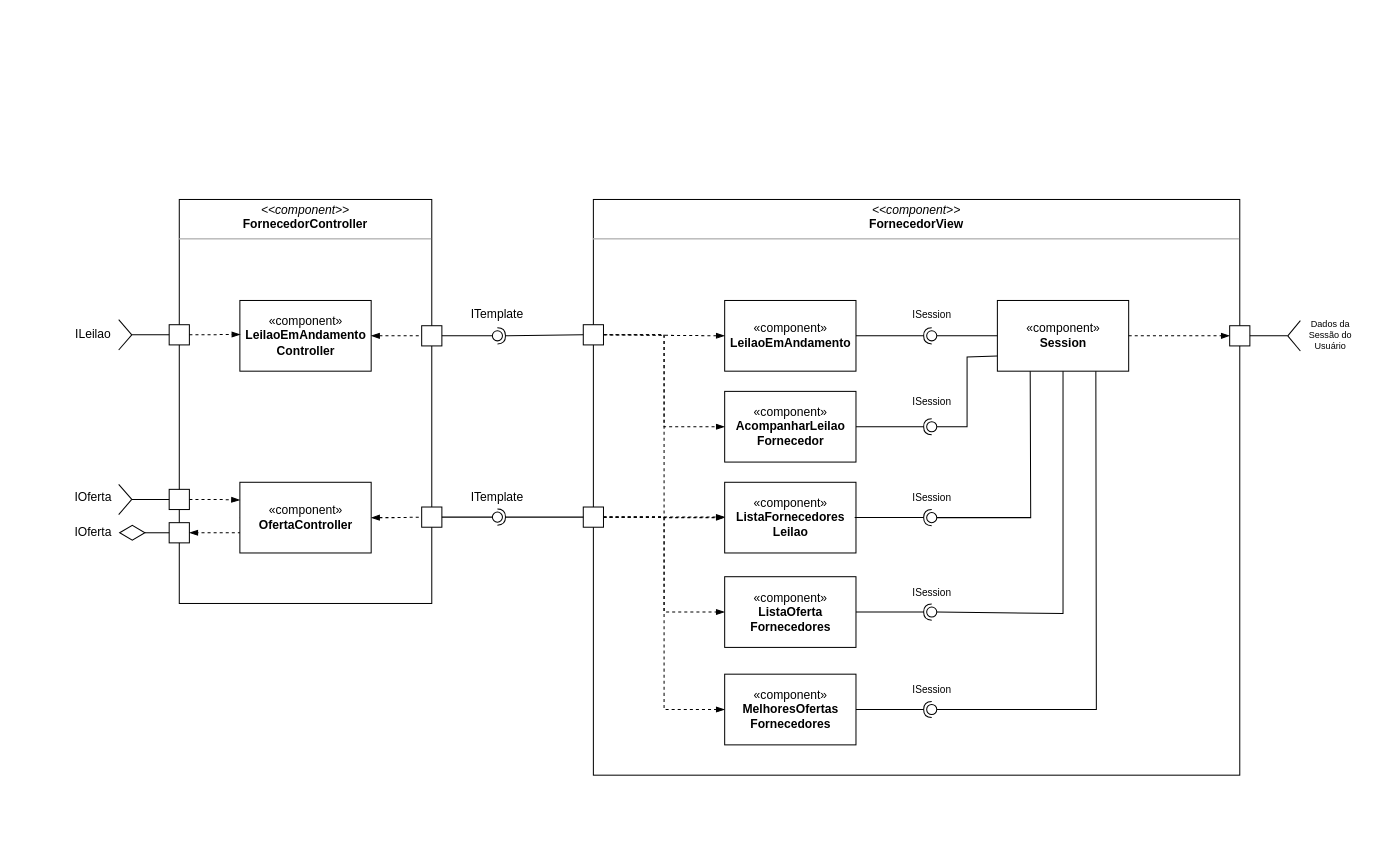
This is Projeto Final/resources/diagrama-n2.drawio from eNove/unicamp-engsoft-2020-inf331, a draw.io file, before an edit. Source tidied: cells renumbered, new cells numbered last; positions are measured from the earlier drawing's top-left corner, leaving out a move shared by most shapes. Both pictures are drawn from the tidied source at 101%, with x=0, y=0 at pixel (68, 199).
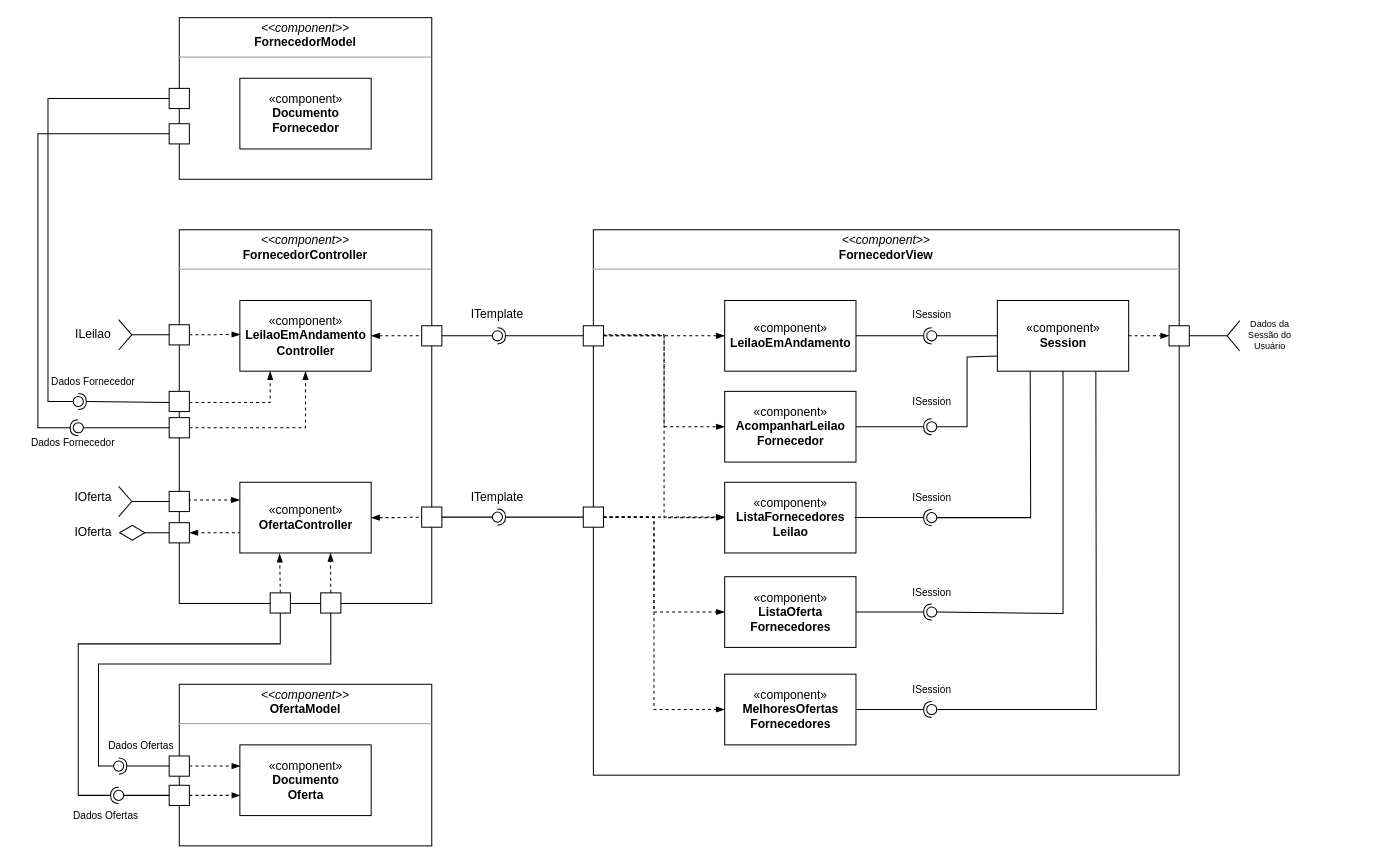
Above is the later version.

Commit message (it also covers changes not shown here):
Diagrama subcomponentes - add model - DONE!

The change refers to these unchanged cells:
```xml
<mxCell id="6" value="«component»&lt;br&gt;&lt;b&gt;LeilaoEmAndamento&lt;br&gt;Controller&lt;br&gt;&lt;/b&gt;" style="html=1;" parent="1" vertex="1">
  <mxGeometry x="170" y="100" width="130" height="70" as="geometry" />
</mxCell>
<mxCell id="44" value="«component»&lt;br&gt;&lt;b&gt;OfertaController&lt;/b&gt;" style="html=1;" parent="1" vertex="1">
  <mxGeometry x="170" y="280" width="130" height="70" as="geometry" />
</mxCell>
<mxCell id="45" value="«component»&lt;br&gt;&lt;b&gt;ListaFornecedores&lt;br&gt;Leilao&lt;br&gt;&lt;/b&gt;" style="html=1;" parent="1" vertex="1">
  <mxGeometry x="650" y="280" width="130" height="70" as="geometry" />
</mxCell>
<mxCell id="52" style="rounded=0;whiteSpace=wrap;html=1;" parent="1" vertex="1">
  <mxGeometry x="510" y="304.5" width="20" height="20" as="geometry" />
</mxCell>
<mxCell id="59" style="rounded=0;whiteSpace=wrap;html=1;rotation=-180;" parent="58" vertex="1">
  <mxGeometry x="50" y="5" width="20" height="20" as="geometry" />
</mxCell>
<mxCell id="69" value="«component»&lt;br&gt;&lt;b&gt;ListaOferta&lt;br&gt;Fornecedores&lt;br&gt;&lt;/b&gt;" style="html=1;" parent="1" vertex="1">
  <mxGeometry x="650" y="373.5" width="130" height="70" as="geometry" />
</mxCell>
<mxCell id="70" value="«component»&lt;br&gt;&lt;b&gt;MelhoresOfertas&lt;br&gt;Fornecedores&lt;br&gt;&lt;/b&gt;" style="html=1;" parent="1" vertex="1">
  <mxGeometry x="650" y="470" width="130" height="70" as="geometry" />
</mxCell>
```

What changed in the source:
```diff
@@
     <mxCell id="2" value="&lt;p style=&quot;margin: 0px ; margin-top: 4px ; text-align: center&quot;&gt;&lt;i&gt;&amp;lt;&amp;lt;component&amp;gt;&amp;gt;&lt;/i&gt;&lt;br&gt;&lt;b&gt;FornecedorController&lt;/b&gt;&lt;/p&gt;&lt;hr size=&quot;1&quot;&gt;&lt;p style=&quot;margin: 0px ; margin-left: 4px&quot;&gt;&lt;/p&gt;&lt;p style=&quot;margin: 0px ; margin-left: 4px&quot;&gt;&lt;br&gt;&lt;/p&gt;" style="verticalAlign=top;align=left;overflow=fill;fontSize=12;fontFamily=Helvetica;html=1;" parent="1" vertex="1">
-      <mxGeometry x="110" width="250" height="400" as="geometry" />
+      <mxGeometry x="110" y="30" width="250" height="370" as="geometry" />
     </mxCell>
     <mxCell id="3" value="&lt;p style=&quot;margin: 0px ; margin-top: 4px ; text-align: center&quot;&gt;&lt;i&gt;&amp;lt;&amp;lt;component&amp;gt;&amp;gt;&lt;/i&gt;&lt;br&gt;&lt;b&gt;FornecedorView&lt;/b&gt;&lt;/p&gt;&lt;hr size=&quot;1&quot;&gt;&lt;p style=&quot;margin: 0px ; margin-left: 4px&quot;&gt;&lt;/p&gt;&lt;p style=&quot;margin: 0px ; margin-left: 4px&quot;&gt;&lt;br&gt;&lt;/p&gt;" style="verticalAlign=top;align=left;overflow=fill;fontSize=12;fontFamily=Helvetica;html=1;" parent="1" vertex="1">
-      <mxGeometry x="520" width="640" height="570" as="geometry" />
+      <mxGeometry x="520" y="30" width="580" height="540" as="geometry" />
     </mxCell>
@@
     <mxCell id="8" style="edgeStyle=orthogonalEdgeStyle;rounded=0;jettySize=auto;html=1;exitX=1;exitY=0.5;exitDx=0;exitDy=0;dashed=1;endArrow=blockThin;endFill=1;fontSize=9;" parent="1" edge="1" source="9" target="45">
       <mxGeometry relative="1" as="geometry">
         <Array as="points">
+          <mxPoint x="530" y="134" />
           <mxPoint x="590" y="134" />
           <mxPoint x="590" y="315" />
         </Array>
       </mxGeometry>
     </mxCell>
     <mxCell id="9" style="rounded=0;whiteSpace=wrap;html=1;" parent="1" vertex="1">
-      <mxGeometry x="510" y="124" width="20" height="20" as="geometry" />
+      <mxGeometry x="510" y="125" width="20" height="20" as="geometry" />
     </mxCell>
@@
     <mxCell id="11" value="Dados da&lt;br style=&quot;font-size: 9px;&quot;&gt;Sessão do &lt;br style=&quot;font-size: 9px;&quot;&gt;Usuário" style="text;html=1;strokeColor=none;fillColor=none;align=center;verticalAlign=middle;whiteSpace=wrap;rounded=0;fontSize=9;" parent="1" vertex="1">
-      <mxGeometry x="1220" y="115" width="60" height="40" as="geometry" />
+      <mxGeometry x="1160" y="115" width="60" height="40" as="geometry" />
     </mxCell>
@@
     <mxCell id="22" style="group;" parent="1" vertex="1">
-      <mxGeometry x="1150" y="120" width="70" height="30" as="geometry" />
+      <mxGeometry x="1090" y="120" width="70" height="30" as="geometry" />
     </mxCell>
@@
     <mxCell id="50" style="edgeStyle=orthogonalEdgeStyle;rounded=0;jettySize=auto;html=1;exitX=1;exitY=0.5;exitDx=0;exitDy=0;entryX=0;entryY=0.5;entryDx=0;entryDy=0;endArrow=blockThin;endFill=1;fontSize=9;dashed=1;" parent="1" edge="1" source="52" target="69">
-      <mxGeometry relative="1" as="geometry" />
+      <mxGeometry relative="1" as="geometry">
+        <Array as="points">
+          <mxPoint x="580" y="314" />
+          <mxPoint x="580" y="408" />
+        </Array>
+      </mxGeometry>
     </mxCell>
     <mxCell id="51" style="edgeStyle=orthogonalEdgeStyle;rounded=0;jettySize=auto;html=1;exitX=1;exitY=0.5;exitDx=0;exitDy=0;entryX=0;entryY=0.5;entryDx=0;entryDy=0;dashed=1;endArrow=blockThin;endFill=1;fontSize=9;" parent="1" edge="1" source="52" target="70">
-      <mxGeometry relative="1" as="geometry" />
+      <mxGeometry relative="1" as="geometry">
+        <Array as="points">
+          <mxPoint x="580" y="314" />
+          <mxPoint x="580" y="505" />
+        </Array>
+      </mxGeometry>
     </mxCell>
@@
     <mxCell id="58" style="group;rotation=-180;" parent="1" vertex="1">
-      <mxGeometry x="50" y="282" width="70" height="30" as="geometry" />
+      <mxGeometry x="50" y="284" width="70" height="30" as="geometry" />
     </mxCell>
@@
     <mxCell id="65" style="edgeStyle=orthogonalEdgeStyle;rounded=0;jettySize=auto;html=1;exitX=0;exitY=0.5;exitDx=0;exitDy=0;entryX=0;entryY=0.25;entryDx=0;entryDy=0;dashed=1;endArrow=blockThin;endFill=1;fontSize=9;" parent="1" edge="1" source="59" target="44">
-      <mxGeometry relative="1" as="geometry" />
+      <mxGeometry relative="1" as="geometry">
+        <Array as="points">
+          <mxPoint x="120" y="297" />
+        </Array>
+      </mxGeometry>
     </mxCell>
@@
+    <mxCell id="81" value="&lt;p style=&quot;margin: 0px ; margin-top: 4px ; text-align: center&quot;&gt;&lt;i&gt;&amp;lt;&amp;lt;component&amp;gt;&amp;gt;&lt;/i&gt;&lt;br&gt;&lt;b&gt;OfertaModel&lt;/b&gt;&lt;/p&gt;&lt;hr size=&quot;1&quot;&gt;&lt;p style=&quot;margin: 0px ; margin-left: 4px&quot;&gt;&lt;/p&gt;&lt;p style=&quot;margin: 0px ; margin-left: 4px&quot;&gt;&lt;br&gt;&lt;/p&gt;" style="verticalAlign=top;align=left;overflow=fill;fontSize=12;fontFamily=Helvetica;html=1;" parent="1" vertex="1">
+      <mxGeometry x="110" y="480" width="250" height="160" as="geometry" />
+    </mxCell>
+    <mxCell id="82" style="edgeStyle=orthogonalEdgeStyle;rounded=0;jettySize=auto;html=1;exitX=0.5;exitY=0;exitDx=0;exitDy=0;entryX=0.303;entryY=1.011;entryDx=0;entryDy=0;entryPerimeter=0;dashed=1;endArrow=blockThin;endFill=1;" parent="1" edge="1" source="83" target="44">
+      <mxGeometry relative="1" as="geometry" />
+    </mxCell>
+    <mxCell id="83" style="rounded=0;whiteSpace=wrap;html=1;" parent="1" vertex="1">
+      <mxGeometry x="200" y="389.5" width="20" height="20" as="geometry" />
+    </mxCell>
+    <mxCell id="84" style="edgeStyle=orthogonalEdgeStyle;rounded=0;jettySize=auto;html=1;exitX=0;exitY=0.5;exitDx=0;exitDy=0;dashed=1;endArrow=blockThin;endFill=1;" parent="1" edge="1" target="6">
+      <mxGeometry relative="1" as="geometry">
+        <mxPoint x="120" y="201" as="sourcePoint" />
+        <Array as="points">
+          <mxPoint x="200" y="201" />
+        </Array>
+      </mxGeometry>
+    </mxCell>
+    <mxCell id="85" style="edgeStyle=orthogonalEdgeStyle;rounded=0;jettySize=auto;html=1;exitX=1;exitY=0.5;exitDx=0;exitDy=0;entryX=0.5;entryY=1;entryDx=0;entryDy=0;dashed=1;endArrow=blockThin;endFill=1;" parent="1" edge="1" source="86" target="6">
+      <mxGeometry relative="1" as="geometry" />
+    </mxCell>
+    <mxCell id="86" style="rounded=0;whiteSpace=wrap;html=1;" parent="1" vertex="1">
+      <mxGeometry x="100" y="216" width="20" height="20" as="geometry" />
+    </mxCell>
+    <mxCell id="87" value="«component»&lt;br&gt;&lt;b&gt;Documento&lt;br&gt;Oferta&lt;br&gt;&lt;/b&gt;" style="html=1;" parent="1" vertex="1">
+      <mxGeometry x="170" y="540" width="130" height="70" as="geometry" />
+    </mxCell>
+    <mxCell id="88" style="edgeStyle=orthogonalEdgeStyle;rounded=0;jettySize=auto;html=1;exitX=0.5;exitY=0;exitDx=0;exitDy=0;entryX=0.69;entryY=1.001;entryDx=0;entryDy=0;entryPerimeter=0;dashed=1;endArrow=blockThin;endFill=1;" parent="1" edge="1" source="89" target="44">
+      <mxGeometry relative="1" as="geometry" />
+    </mxCell>
+    <mxCell id="89" style="rounded=0;whiteSpace=wrap;html=1;" parent="1" vertex="1">
+      <mxGeometry x="250" y="389.5" width="20" height="20" as="geometry" />
+    </mxCell>
+    <mxCell id="90" value="&lt;p style=&quot;margin: 0px ; margin-top: 4px ; text-align: center&quot;&gt;&lt;i&gt;&amp;lt;&amp;lt;component&amp;gt;&amp;gt;&lt;/i&gt;&lt;br&gt;&lt;b&gt;FornecedorModel&lt;/b&gt;&lt;/p&gt;&lt;hr size=&quot;1&quot;&gt;&lt;p style=&quot;margin: 0px ; margin-left: 4px&quot;&gt;&lt;/p&gt;&lt;p style=&quot;margin: 0px ; margin-left: 4px&quot;&gt;&lt;br&gt;&lt;/p&gt;" style="verticalAlign=top;align=left;overflow=fill;fontSize=12;fontFamily=Helvetica;html=1;" parent="1" vertex="1">
+      <mxGeometry x="110" y="-180" width="250" height="160" as="geometry" />
+    </mxCell>
+    <mxCell id="91" value="«component»&lt;br&gt;&lt;b&gt;Documento&lt;br&gt;Fornecedor&lt;br&gt;&lt;/b&gt;" style="html=1;" parent="1" vertex="1">
+      <mxGeometry x="170" y="-120" width="130" height="70" as="geometry" />
+    </mxCell>
+    <mxCell id="92" style="group;rotation=-180;" parent="1" vertex="1">
+      <mxGeometry x="50" y="-80" width="70" height="30" as="geometry" />
+    </mxCell>
+    <mxCell id="93" style="rounded=0;whiteSpace=wrap;html=1;rotation=-180;" parent="92" vertex="1">
+      <mxGeometry x="50" y="5" width="20" height="20" as="geometry" />
+    </mxCell>
+    <mxCell id="94" style="rounded=0;jettySize=auto;html=1;endArrow=none;endFill=0;exitX=0;exitY=0.5;exitDx=0;exitDy=0;" parent="1" edge="1" source="86" target="96">
+      <mxGeometry relative="1" as="geometry" />
+    </mxCell>
+    <mxCell id="95" style="rounded=0;jettySize=auto;html=1;endArrow=halfCircle;endFill=0;entryX=0.5;entryY=0.5;entryDx=0;entryDy=0;endSize=6;strokeWidth=1;exitX=1;exitY=0.5;exitDx=0;exitDy=0;" parent="1" edge="1" source="93" target="96">
+      <mxGeometry relative="1" as="geometry">
+        <Array as="points">
+          <mxPoint x="-30" y="-65" />
+          <mxPoint x="-30" y="226" />
+        </Array>
+      </mxGeometry>
+    </mxCell>
+    <mxCell id="96" style="ellipse;whiteSpace=wrap;html=1;fontFamily=Helvetica;fontSize=12;fontColor=#000000;align=center;strokeColor=#000000;fillColor=#ffffff;points=[];" parent="1" vertex="1">
+      <mxGeometry x="5" y="221" width="10" height="10" as="geometry" />
+    </mxCell>
+    <mxCell id="97" style="rounded=0;jettySize=auto;html=1;endArrow=none;endFill=0;exitX=1;exitY=0.5;exitDx=0;exitDy=0;" parent="1" edge="1" source="102" target="99">
+      <mxGeometry relative="1" as="geometry">
+        <Array as="points">
+          <mxPoint x="-20" y="-100" />
+          <mxPoint x="-20" y="200" />
+        </Array>
+      </mxGeometry>
+    </mxCell>
+    <mxCell id="98" style="rounded=0;orthogonalLoop=1;jettySize=auto;html=1;endArrow=halfCircle;endFill=0;endSize=6;strokeWidth=1;exitX=1;exitY=0.5;exitDx=0;exitDy=0;" parent="1" edge="1">
+      <mxGeometry relative="1" as="geometry">
+        <mxPoint x="100" y="201" as="sourcePoint" />
+        <mxPoint x="10" y="200" as="targetPoint" />
+      </mxGeometry>
+    </mxCell>
+    <mxCell id="99" style="ellipse;whiteSpace=wrap;html=1;fontFamily=Helvetica;fontSize=12;fontColor=#000000;align=center;strokeColor=#000000;fillColor=#ffffff;points=[];" parent="1" vertex="1">
+      <mxGeometry x="5" y="195" width="10" height="10" as="geometry" />
+    </mxCell>
+    <mxCell id="100" style="rounded=0;whiteSpace=wrap;html=1;" parent="1" vertex="1">
+      <mxGeometry x="100" y="190" width="20" height="20" as="geometry" />
+    </mxCell>
+    <mxCell id="101" style="group;rotation=-180;" parent="1" vertex="1">
+      <mxGeometry x="50" y="-115" width="70" height="30" as="geometry" />
+    </mxCell>
+    <mxCell id="102" style="rounded=0;whiteSpace=wrap;html=1;rotation=-180;" parent="101" vertex="1">
+      <mxGeometry x="50" y="5" width="20" height="20" as="geometry" />
+    </mxCell>
+    <mxCell id="103" value="Dados Fornecedor" style="text;html=1;strokeColor=none;fillColor=none;align=center;verticalAlign=middle;whiteSpace=wrap;rounded=0;fontSize=10;" parent="1" vertex="1">
+      <mxGeometry x="-30" y="170" width="110" height="20" as="geometry" />
+    </mxCell>
+    <mxCell id="104" value="Dados Fornecedor" style="text;html=1;strokeColor=none;fillColor=none;align=center;verticalAlign=middle;whiteSpace=wrap;rounded=0;fontSize=10;" parent="1" vertex="1">
+      <mxGeometry x="-50" y="231" width="110" height="20" as="geometry" />
+    </mxCell>
+    <mxCell id="105" style="edgeStyle=orthogonalEdgeStyle;rounded=0;jettySize=auto;html=1;exitX=1;exitY=0.5;exitDx=0;exitDy=0;entryX=0.003;entryY=0.3;entryDx=0;entryDy=0;endArrow=blockThin;endFill=1;fontSize=10;entryPerimeter=0;dashed=1;" parent="1" edge="1" source="106" target="87">
+      <mxGeometry relative="1" as="geometry" />
+    </mxCell>
+    <mxCell id="106" style="rounded=0;whiteSpace=wrap;html=1;" parent="1" vertex="1">
+      <mxGeometry x="100" y="551" width="20" height="20" as="geometry" />
+    </mxCell>
+    <mxCell id="107" style="edgeStyle=orthogonalEdgeStyle;rounded=0;jettySize=auto;html=1;exitX=1;exitY=0.5;exitDx=0;exitDy=0;entryX=0.003;entryY=0.3;entryDx=0;entryDy=0;endArrow=blockThin;endFill=1;fontSize=10;entryPerimeter=0;dashed=1;" parent="1" edge="1" source="108">
+      <mxGeometry relative="1" as="geometry">
+        <mxPoint x="170.4" y="590" as="targetPoint" />
+      </mxGeometry>
+    </mxCell>
+    <mxCell id="108" style="rounded=0;whiteSpace=wrap;html=1;" parent="1" vertex="1">
+      <mxGeometry x="100" y="580" width="20" height="20" as="geometry" />
+    </mxCell>
+    <mxCell id="109" style="rounded=0;jettySize=auto;html=1;endArrow=none;endFill=0;fontSize=10;exitX=0.5;exitY=1;exitDx=0;exitDy=0;" parent="1" edge="1" source="89" target="111">
+      <mxGeometry relative="1" as="geometry">
+        <Array as="points">
+          <mxPoint x="260" y="460" />
+          <mxPoint x="30" y="460" />
+          <mxPoint x="30" y="561" />
+        </Array>
+      </mxGeometry>
+    </mxCell>
+    <mxCell id="110" style="rounded=0;jettySize=auto;html=1;endArrow=halfCircle;endFill=0;entryX=0.5;entryY=0.5;entryDx=0;entryDy=0;endSize=6;strokeWidth=1;fontSize=10;" parent="1" edge="1" target="111">
+      <mxGeometry relative="1" as="geometry">
+        <mxPoint x="100" y="561" as="sourcePoint" />
+      </mxGeometry>
+    </mxCell>
+    <mxCell id="111" style="ellipse;whiteSpace=wrap;html=1;fontFamily=Helvetica;fontSize=12;fontColor=#000000;align=center;strokeColor=#000000;fillColor=#ffffff;points=[];" parent="1" vertex="1">
+      <mxGeometry x="45" y="556" width="10" height="10" as="geometry" />
+    </mxCell>
+    <mxCell id="112" style="rounded=0;jettySize=auto;html=1;endArrow=none;endFill=0;fontSize=10;exitX=0;exitY=0.5;exitDx=0;exitDy=0;" parent="1" edge="1" source="108" target="114">
+      <mxGeometry relative="1" as="geometry" />
+    </mxCell>
+    <mxCell id="113" style="rounded=0;jettySize=auto;html=1;endArrow=halfCircle;endFill=0;entryX=0.5;entryY=0.5;entryDx=0;entryDy=0;endSize=6;strokeWidth=1;fontSize=10;exitX=0.5;exitY=1;exitDx=0;exitDy=0;" parent="1" edge="1" source="83" target="114">
+      <mxGeometry relative="1" as="geometry">
+        <Array as="points">
+          <mxPoint x="210" y="440" />
+          <mxPoint x="10" y="440" />
+          <mxPoint x="10" y="590" />
+        </Array>
+      </mxGeometry>
+    </mxCell>
+    <mxCell id="114" style="ellipse;whiteSpace=wrap;html=1;fontFamily=Helvetica;fontSize=12;fontColor=#000000;align=center;strokeColor=#000000;fillColor=#ffffff;points=[];" parent="1" vertex="1">
+      <mxGeometry x="45" y="585" width="10" height="10" as="geometry" />
+    </mxCell>
+    <mxCell id="115" value="Dados Ofertas" style="text;html=1;strokeColor=none;fillColor=none;align=center;verticalAlign=middle;whiteSpace=wrap;rounded=0;fontSize=10;" parent="1" vertex="1">
+      <mxGeometry x="35" y="531" width="75" height="20" as="geometry" />
+    </mxCell>
+    <mxCell id="116" value="Dados Ofertas" style="text;html=1;strokeColor=none;fillColor=none;align=center;verticalAlign=middle;whiteSpace=wrap;rounded=0;fontSize=10;" parent="1" vertex="1">
+      <mxGeometry y="600" width="75" height="20" as="geometry" />
+    </mxCell>
```
